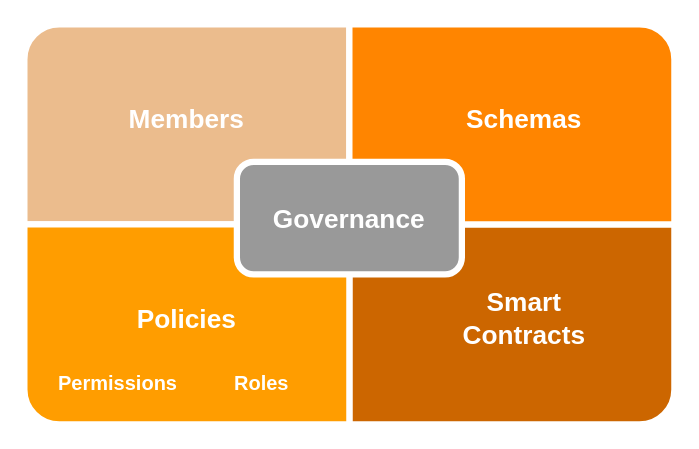
Above: page "governance" (1 of 3) of docs/discover/governance.drawio in opencanarias/taple-docsite (draw.io), before the change. Source tidied: cells renumbered, new cells numbered last; positions are measured from the earlier drawing's top-left corner, leaving out a move shared by most shapes. Both pictures are drawn from the tidied source at 125%, with x=0, y=0 at pixel (24, 24).
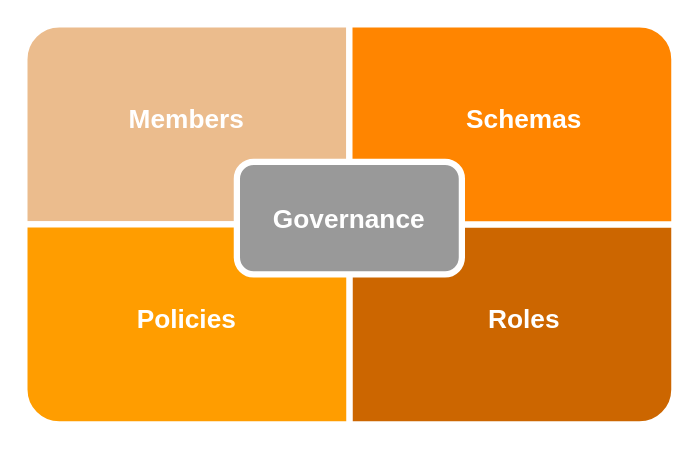
The same page after the edit.

The edit, as a diff of the source:
```diff
@@
 <mxGraphModel>
   <root>
     <mxCell id="0" />
     <mxCell id="1" parent="0" />
     <mxCell id="2" style="verticalLabelPosition=bottom;verticalAlign=top;html=1;shape=mxgraph.basic.corner_round_rect;dx=14;whiteSpace=wrap;fillColor=#EBBC8D;strokeColor=#FFFFFF;strokeWidth=5;" parent="1" vertex="1">
       <mxGeometry width="260" height="160" as="geometry" />
     </mxCell>
     <mxCell id="3" style="verticalLabelPosition=bottom;verticalAlign=top;html=1;shape=mxgraph.basic.corner_round_rect;dx=14;whiteSpace=wrap;fillColor=#CC6600;strokeColor=#FFFFFF;rotation=-180;strokeWidth=5;" parent="1" vertex="1">
       <mxGeometry x="260" y="160" width="260" height="160" as="geometry" />
     </mxCell>
     <mxCell id="4" style="verticalLabelPosition=bottom;verticalAlign=top;html=1;shape=mxgraph.basic.corner_round_rect;dx=14;whiteSpace=wrap;fillColor=#FF9D00;strokeColor=#FFFFFF;rotation=-180;flipH=1;strokeWidth=5;" parent="1" vertex="1">
       <mxGeometry y="160" width="260" height="160" as="geometry" />
     </mxCell>
     <mxCell id="5" style="verticalLabelPosition=bottom;verticalAlign=top;html=1;shape=mxgraph.basic.corner_round_rect;dx=14;whiteSpace=wrap;fillColor=#FF8500;strokeColor=#FFFFFF;rotation=0;flipH=1;strokeWidth=5;" parent="1" vertex="1">
       <mxGeometry x="260" width="260" height="160" as="geometry" />
     </mxCell>
     <mxCell id="6" value="&lt;font size=&quot;1&quot; color=&quot;#ffffff&quot;&gt;&lt;b style=&quot;font-size: 21px;&quot;&gt;Governance&lt;/b&gt;&lt;/font&gt;" style="rounded=1;whiteSpace=wrap;html=1;strokeColor=#FFFFFF;strokeWidth=5;fillColor=#999999;fontColor=#333333;" parent="1" vertex="1">
       <mxGeometry x="170" y="110" width="180" height="90" as="geometry" />
     </mxCell>
     <mxCell id="7" value="Members" style="text;html=1;strokeColor=none;fillColor=none;align=center;verticalAlign=middle;whiteSpace=wrap;rounded=0;strokeWidth=5;fontSize=21;fontColor=#FFFFFF;fontStyle=1;" parent="1" vertex="1">
       <mxGeometry x="50" y="45" width="160" height="60" as="geometry" />
     </mxCell>
     <mxCell id="8" value="&lt;font style=&quot;font-size: 21px;&quot;&gt;Schemas&lt;/font&gt;" style="text;html=1;strokeColor=none;fillColor=none;align=center;verticalAlign=middle;whiteSpace=wrap;rounded=0;strokeWidth=5;fontSize=21;fontColor=#FFFFFF;fontStyle=1;" parent="1" vertex="1">
       <mxGeometry x="370" y="60" width="60" height="30" as="geometry" />
     </mxCell>
-    <mxCell id="9" value="&lt;font style=&quot;font-size: 16px;&quot;&gt;Permissions&lt;/font&gt;" style="text;html=1;strokeColor=none;fillColor=none;align=center;verticalAlign=middle;whiteSpace=wrap;rounded=0;strokeWidth=5;fontSize=21;fontColor=#FFFFFF;fontStyle=1;" parent="1" vertex="1">
-      <mxGeometry x="20" y="270" width="110" height="30" as="geometry" />
-    </mxCell>
     <mxCell id="10" value="&lt;font style=&quot;font-size: 21px;&quot;&gt;Policies&lt;/font&gt;" style="text;html=1;strokeColor=none;fillColor=none;align=center;verticalAlign=middle;whiteSpace=wrap;rounded=0;strokeWidth=5;fontSize=21;fontColor=#FFFFFF;fontStyle=1;" parent="1" vertex="1">
       <mxGeometry x="100" y="220" width="60" height="30" as="geometry" />
     </mxCell>
-    <mxCell id="11" value="&lt;font style=&quot;font-size: 16px;&quot;&gt;Roles&lt;/font&gt;" style="text;html=1;strokeColor=none;fillColor=none;align=center;verticalAlign=middle;whiteSpace=wrap;rounded=0;strokeWidth=5;fontSize=21;fontColor=#FFFFFF;fontStyle=1;" parent="1" vertex="1">
-      <mxGeometry x="130" y="270" width="120" height="30" as="geometry" />
-    </mxCell>
-    <mxCell id="12" value="Smart Contracts" style="text;html=1;strokeColor=none;fillColor=none;align=center;verticalAlign=middle;whiteSpace=wrap;rounded=0;strokeWidth=5;fontSize=21;fontColor=#FFFFFF;fontStyle=1;" parent="1" vertex="1">
+    <mxCell id="12" value="Roles" style="text;html=1;strokeColor=none;fillColor=none;align=center;verticalAlign=middle;whiteSpace=wrap;rounded=0;strokeWidth=5;fontSize=21;fontColor=#FFFFFF;fontStyle=1;" parent="1" vertex="1">
       <mxGeometry x="320" y="205" width="160" height="60" as="geometry" />
     </mxCell>
   </root>
 </mxGraphModel>
```
